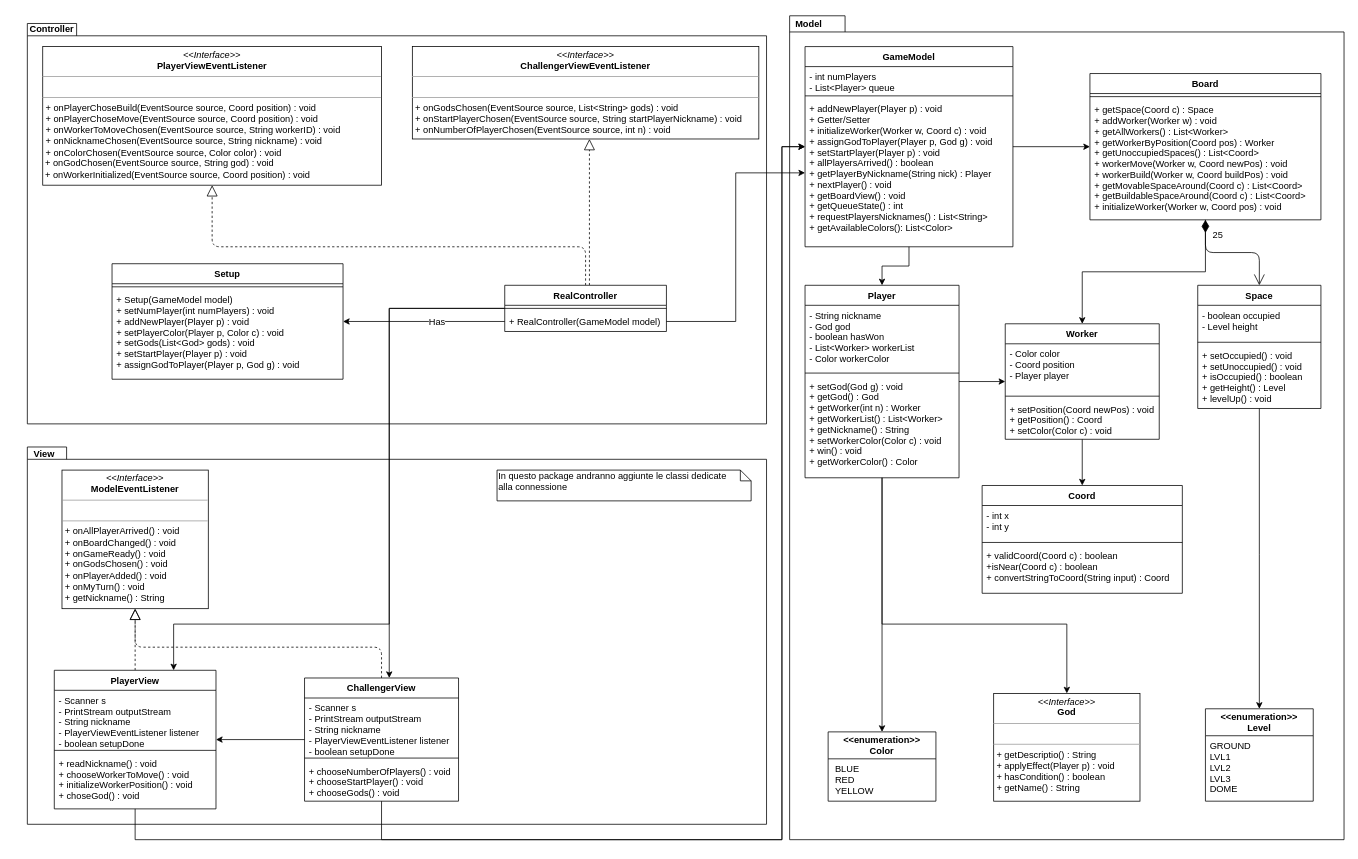
Before: Controller+Model.drawio in massitaverna/ing-sw-2020-taverna-sorrentino-stagnoli, a draw.io diagram. Source tidied: cells renumbered, new cells numbered last; positions are measured from the earlier drawing's top-left corner, leaving out a move shared by most shapes. Both pictures are drawn from the tidied source at 77%, with x=0, y=0 at pixel (13, 13).
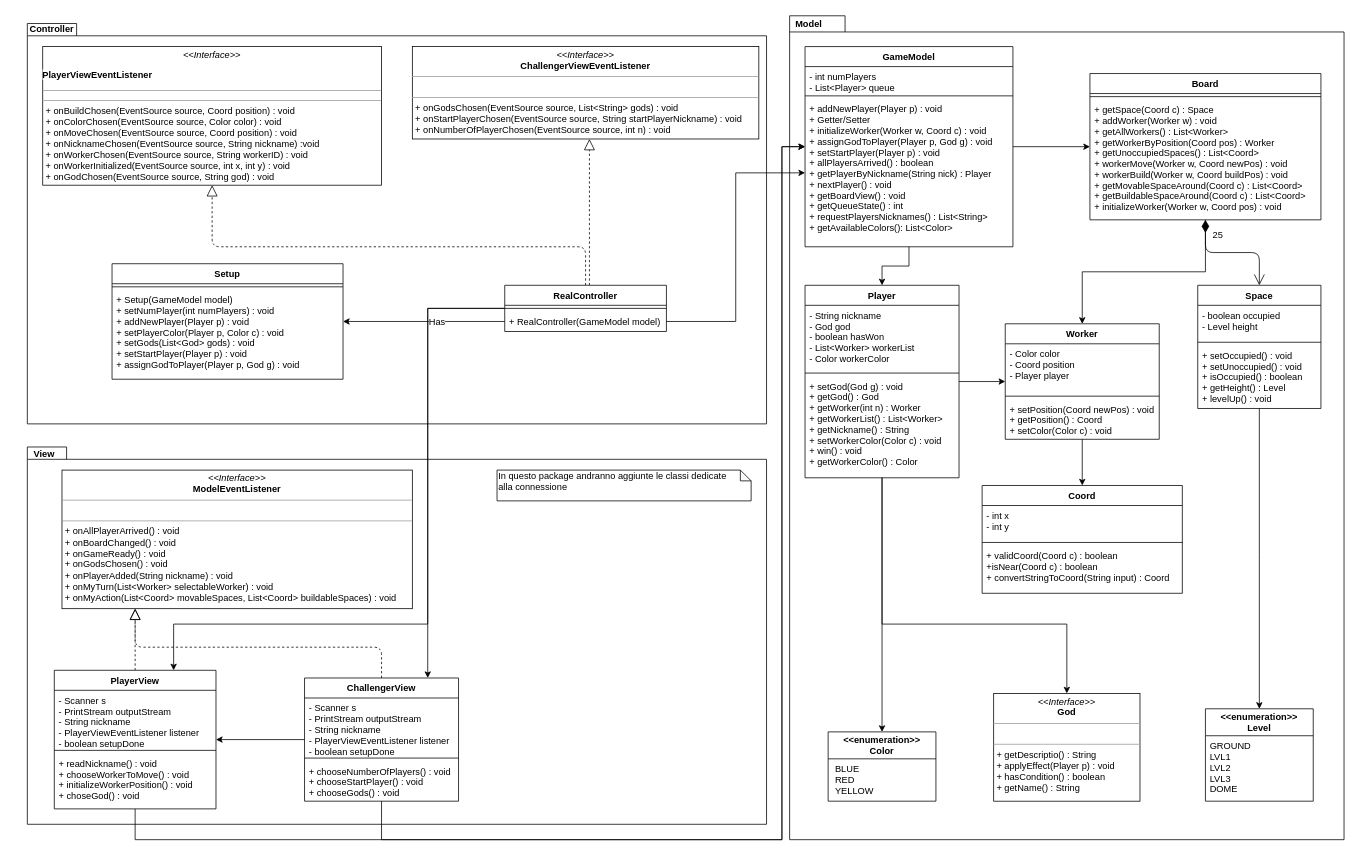
After the change.

Unchanged cells that the change refers to:
```xml
<mxCell id="15" value="RealController" style="swimlane;fontStyle=1;align=center;verticalAlign=top;horizontal=1;startSize=26;" parent="1" vertex="1">
  <mxGeometry x="638" y="353" width="210" height="60" as="geometry" />
</mxCell>
<mxCell id="61" value="PlayerView" style="swimlane;fontStyle=1;align=center;verticalAlign=top;horizontal=1;startSize=26;" parent="1" vertex="1">
  <mxGeometry x="53" y="853" width="210" height="180" as="geometry" />
</mxCell>
<mxCell id="68" value="ChallengerView" style="swimlane;fontStyle=1;align=center;verticalAlign=top;horizontal=1;startSize=26;" parent="1" vertex="1">
  <mxGeometry x="378" y="863" width="200" height="160" as="geometry" />
</mxCell>
```

Diff of the diagram source:
```diff
@@
-    <mxCell id="6" value="&lt;p style=&quot;margin: 0px ; margin-top: 4px ; text-align: center&quot;&gt;&lt;i&gt;&amp;lt;&amp;lt;Interface&amp;gt;&amp;gt;&lt;/i&gt;&lt;br&gt;&lt;b&gt;PlayerViewEventListener&lt;/b&gt;&lt;/p&gt;&lt;hr size=&quot;1&quot;&gt;&lt;p style=&quot;margin: 0px ; margin-left: 4px&quot;&gt;&lt;br&gt;&lt;/p&gt;&lt;hr size=&quot;1&quot;&gt;&lt;p style=&quot;margin: 0px ; margin-left: 4px&quot;&gt;+ onPlayerChoseBuild(EventSource source, Coord position) : void&lt;br style=&quot;padding: 0px ; margin: 0px&quot;&gt;+ onPlayerChoseMove(EventSource source, Coord position) : void&lt;br style=&quot;padding: 0px ; margin: 0px&quot;&gt;&lt;/p&gt;&lt;p style=&quot;margin: 0px ; margin-left: 4px&quot;&gt;+ onWorkerToMoveChosen(EventSource source, String workerID) : void&lt;/p&gt;&lt;p style=&quot;margin: 0px ; margin-left: 4px&quot;&gt;+ onNicknameChosen(EventSource source, String nickname) : void&lt;/p&gt;&lt;p style=&quot;margin: 0px ; margin-left: 4px&quot;&gt;+ onColorChosen(EventSource source, Color color) : void&lt;br&gt;&lt;/p&gt;&lt;p style=&quot;margin: 0px ; margin-left: 4px&quot;&gt;&lt;/p&gt;&amp;nbsp;+ onGodChosen(EventSource source, String god) : void&lt;br&gt;&amp;nbsp;+ onWorkerInitialized(EventSource source, Coord position) : void" style="verticalAlign=top;align=left;overflow=fill;fontSize=12;fontFamily=Helvetica;html=1;" parent="1" vertex="1">
+    <mxCell id="6" value="&lt;p style=&quot;margin: 0px ; margin-top: 4px ; text-align: center&quot;&gt;&lt;span style=&quot;background-color: rgb(255 , 255 , 255)&quot;&gt;&lt;i&gt;&amp;lt;&amp;lt;Interface&amp;gt;&amp;gt;&lt;/i&gt;&lt;br&gt;&lt;/span&gt;&lt;/p&gt;&lt;p&gt;&lt;b style=&quot;background-color: rgb(255 , 255 , 255)&quot;&gt;PlayerViewEventListener&lt;/b&gt;&lt;/p&gt;&lt;hr size=&quot;1&quot;&gt;&lt;p&gt;&lt;/p&gt;&lt;p&gt;&lt;/p&gt;&lt;hr size=&quot;1&quot;&gt;&lt;p style=&quot;margin: 0px ; margin-left: 4px&quot;&gt;&lt;span style=&quot;background-color: rgb(255 , 255 , 255)&quot;&gt;+&amp;nbsp;onBuildChosen(EventSource source, Coord position)&amp;nbsp;: void&lt;/span&gt;&lt;/p&gt;&lt;p style=&quot;margin: 0px ; margin-left: 4px&quot;&gt;&lt;span style=&quot;background-color: rgb(255 , 255 , 255)&quot;&gt;+&amp;nbsp;onColorChosen(EventSource source, Color color) : void&lt;/span&gt;&lt;/p&gt;&lt;p style=&quot;margin: 0px ; margin-left: 4px&quot;&gt;&lt;span style=&quot;background-color: rgb(255 , 255 , 255)&quot;&gt;+ onMoveChosen&lt;/span&gt;&lt;span style=&quot;background-color: rgb(255 , 255 , 255)&quot;&gt;(EventSource source&lt;/span&gt;&lt;span style=&quot;background-color: rgb(255 , 255 , 255)&quot;&gt;, &lt;/span&gt;&lt;span style=&quot;background-color: rgb(255 , 255 , 255)&quot;&gt;Coord position) : void&lt;/span&gt;&lt;/p&gt;&lt;p style=&quot;margin: 0px ; margin-left: 4px&quot;&gt;&lt;span style=&quot;background-color: rgb(255 , 255 , 255)&quot;&gt;+ onNicknameChosen(EventSource source, String nickname) :&lt;/span&gt;&lt;span style=&quot;background-color: rgb(255 , 255 , 255)&quot;&gt;void&amp;nbsp;&lt;/span&gt;&lt;/p&gt;&lt;p style=&quot;margin: 0px ; margin-left: 4px&quot;&gt;&lt;span style=&quot;background-color: rgb(255 , 255 , 255)&quot;&gt;+ onWorkerChosen(EventSource source, String workerID) :&lt;/span&gt;&lt;span style=&quot;background-color: rgb(255 , 255 , 255)&quot;&gt;&amp;nbsp;void&amp;nbsp;&lt;/span&gt;&lt;/p&gt;&lt;p style=&quot;margin: 0px ; margin-left: 4px&quot;&gt;&lt;span style=&quot;background-color: rgb(255 , 255 , 255)&quot;&gt;+ onWorkerInitialized(EventSource source, int x, int y) :&amp;nbsp;&lt;/span&gt;&lt;span style=&quot;background-color: rgb(255 , 255 , 255)&quot;&gt;void&amp;nbsp;&lt;/span&gt;&lt;/p&gt;&lt;p style=&quot;margin: 0px ; margin-left: 4px&quot;&gt;&lt;span style=&quot;background-color: rgb(255 , 255 , 255)&quot;&gt;+ onGodChosen(EventSource source, String god) : void&lt;/span&gt;&lt;/p&gt;" style="verticalAlign=top;align=left;overflow=fill;fontSize=12;fontFamily=Helvetica;html=1;" parent="1" vertex="1">
       <mxGeometry x="38" y="43" width="440" height="180" as="geometry" />
     </mxCell>
@@
     <mxCell id="13" style="edgeStyle=orthogonalEdgeStyle;rounded=0;jettySize=auto;html=1;" parent="1" edge="1" source="15" target="61">
       <mxGeometry relative="1" as="geometry">
         <Array as="points">
-          <mxPoint x="488" y="383" />
-          <mxPoint x="488" y="793" />
+          <mxPoint x="538" y="383" />
+          <mxPoint x="538" y="793" />
           <mxPoint x="208" y="793" />
         </Array>
       </mxGeometry>
     </mxCell>
     <mxCell id="14" style="edgeStyle=orthogonalEdgeStyle;rounded=0;jettySize=auto;html=1;" parent="1" edge="1" source="15" target="68">
       <mxGeometry relative="1" as="geometry">
         <Array as="points">
-          <mxPoint x="488" y="383" />
+          <mxPoint x="538" y="383" />
         </Array>
       </mxGeometry>
     </mxCell>
@@
-    <mxCell id="58" value="&lt;p style=&quot;margin: 0px ; margin-top: 4px ; text-align: center&quot;&gt;&lt;i&gt;&amp;lt;&amp;lt;Interface&amp;gt;&amp;gt;&lt;/i&gt;&lt;br&gt;&lt;b&gt;ModelEventListener&lt;/b&gt;&lt;/p&gt;&lt;hr size=&quot;1&quot;&gt;&lt;p style=&quot;margin: 0px ; margin-left: 4px&quot;&gt;&lt;br&gt;&lt;/p&gt;&lt;hr size=&quot;1&quot;&gt;&lt;p style=&quot;margin: 0px ; margin-left: 4px&quot;&gt;+ onAllPlayerArrived() : void&lt;/p&gt;&lt;p style=&quot;margin: 0px ; margin-left: 4px&quot;&gt;+ onBoardChanged() : void&lt;/p&gt;&lt;p style=&quot;margin: 0px ; margin-left: 4px&quot;&gt;+ onGameReady() : void&lt;/p&gt;&lt;p style=&quot;margin: 0px ; margin-left: 4px&quot;&gt;+ onGodsChosen() : void&lt;/p&gt;&lt;p style=&quot;margin: 0px ; margin-left: 4px&quot;&gt;+ onPlayerAdded() : void&lt;/p&gt;&lt;p style=&quot;margin: 0px ; margin-left: 4px&quot;&gt;+ onMyTurn() : void&lt;/p&gt;&lt;p style=&quot;margin: 0px ; margin-left: 4px&quot;&gt;+ getNickname() : String&lt;/p&gt;" style="verticalAlign=top;align=left;overflow=fill;fontSize=12;fontFamily=Helvetica;html=1;" parent="1" vertex="1">
-      <mxGeometry x="63" y="593" width="190" height="180" as="geometry" />
+    <mxCell id="58" value="&lt;p style=&quot;margin: 0px ; margin-top: 4px ; text-align: center&quot;&gt;&lt;i&gt;&amp;lt;&amp;lt;Interface&amp;gt;&amp;gt;&lt;/i&gt;&lt;br&gt;&lt;b&gt;ModelEventListener&lt;/b&gt;&lt;/p&gt;&lt;hr size=&quot;1&quot;&gt;&lt;p style=&quot;margin: 0px ; margin-left: 4px&quot;&gt;&lt;br&gt;&lt;/p&gt;&lt;hr size=&quot;1&quot;&gt;&lt;p style=&quot;margin: 0px ; margin-left: 4px&quot;&gt;+ onAllPlayerArrived() : void&lt;/p&gt;&lt;p style=&quot;margin: 0px ; margin-left: 4px&quot;&gt;+ onBoardChanged() : void&lt;/p&gt;&lt;p style=&quot;margin: 0px ; margin-left: 4px&quot;&gt;+ onGameReady() : void&lt;/p&gt;&lt;p style=&quot;margin: 0px ; margin-left: 4px&quot;&gt;+ onGodsChosen() : void&lt;/p&gt;&lt;p style=&quot;margin: 0px ; margin-left: 4px&quot;&gt;+ onPlayerAdded(String nickname) : void&lt;/p&gt;&lt;p style=&quot;margin: 0px ; margin-left: 4px&quot;&gt;+ onMyTurn(List&amp;lt;Worker&amp;gt; selectableWorker) : void&lt;/p&gt;&lt;p style=&quot;margin: 0px ; margin-left: 4px&quot;&gt;+ onMyAction(List&amp;lt;Coord&amp;gt; movableSpaces, List&amp;lt;Coord&amp;gt; buildableSpaces) : void&lt;/p&gt;" style="verticalAlign=top;align=left;overflow=fill;fontSize=12;fontFamily=Helvetica;html=1;" parent="1" vertex="1">
+      <mxGeometry x="63" y="593" width="455" height="180" as="geometry" />
     </mxCell>
-    <mxCell id="59" style="endArrow=block;dashed=1;endFill=0;endSize=12;html=1;fontFamily=Helvetica;fontSize=11;fontColor=#000000;align=center;strokeColor=#000000;edgeStyle=orthogonalEdgeStyle;" parent="1" edge="1" source="61" target="58">
-      <mxGeometry relative="1" as="geometry" />
+    <mxCell id="59" style="endArrow=block;dashed=1;endFill=0;endSize=12;html=1;fontFamily=Helvetica;fontSize=11;fontColor=#000000;align=center;strokeColor=#000000;edgeStyle=orthogonalEdgeStyle;" parent="1" edge="1" source="61">
+      <mxGeometry relative="1" as="geometry">
+        <mxPoint x="158" y="773" as="targetPoint" />
+      </mxGeometry>
     </mxCell>
```
